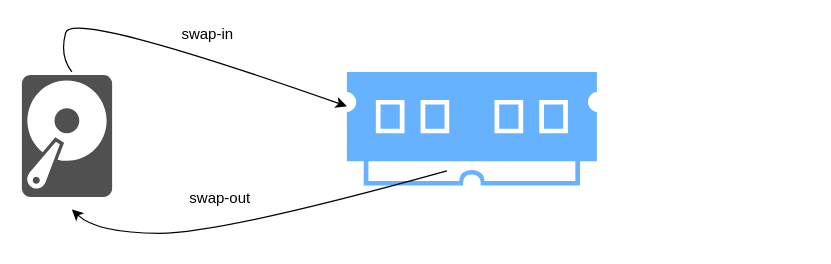
This is Swapping.drawio from huyle84/diagrams, a draw.io file, before an edit. Source tidied: cells renumbered, new cells numbered last; positions are measured from the earlier drawing's top-left corner, leaving out a move shared by most shapes. Both pictures are drawn from the tidied source at 125%, with x=0, y=0 at pixel (21, 9).
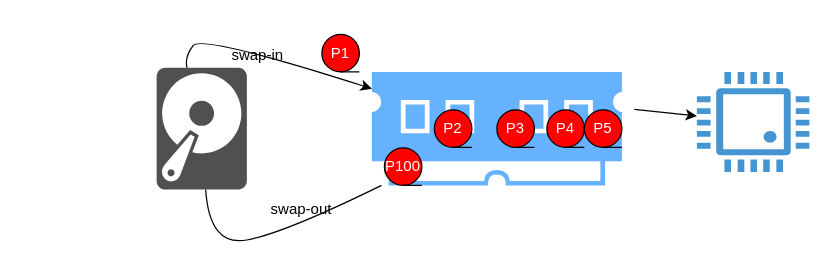
After the change.

Change to the diagram source:
```diff
@@
 <mxGraphModel>
   <root>
     <mxCell id="0" />
     <mxCell id="1" parent="0" />
     <mxCell id="2" style="sketch=0;shadow=0;dashed=0;html=1;strokeColor=none;fillColor=#66B2FF;labelPosition=center;verticalLabelPosition=bottom;verticalAlign=top;align=center;outlineConnect=0;shape=mxgraph.veeam2.ram;" parent="1" vertex="1">
-      <mxGeometry x="260" y="50" width="200" height="90.8" as="geometry" />
+      <mxGeometry x="280" y="50" width="200" height="90.8" as="geometry" />
     </mxCell>
     <mxCell id="3" style="sketch=0;shadow=0;dashed=0;html=1;strokeColor=none;fillColor=#505050;labelPosition=center;verticalLabelPosition=bottom;verticalAlign=top;outlineConnect=0;align=center;shape=mxgraph.office.devices.hard_disk;" parent="1" vertex="1">
-      <mxGeometry y="52.5" width="72.2" height="97.5" as="geometry" />
+      <mxGeometry x="107.8" y="46.6" width="72.2" height="97.5" as="geometry" />
     </mxCell>
-    <mxCell id="4" style="curved=1;endArrow=classic;html=1;rounded=0;" parent="1" edge="1">
+    <mxCell id="4" style="curved=1;endArrow=classic;html=1;rounded=0;" parent="1" edge="1" source="3" target="2">
       <mxGeometry relative="1" as="geometry">
-        <mxPoint x="40" y="50" as="sourcePoint" />
-        <mxPoint x="260" y="77.5" as="targetPoint" />
         <Array as="points">
-          <mxPoint x="30" y="37.5" />
-          <mxPoint x="40" />
+          <mxPoint x="130" y="38" />
+          <mxPoint x="144" y="20" />
         </Array>
       </mxGeometry>
     </mxCell>
-    <mxCell id="5" style="curved=1;endArrow=classic;html=1;rounded=0;" parent="1" edge="1">
-      <mxGeometry relative="1" as="geometry">
-        <mxPoint x="340" y="129.2" as="sourcePoint" />
-        <mxPoint x="40" y="160" as="targetPoint" />
-        <Array as="points">
-          <mxPoint x="160" y="179.2" />
-          <mxPoint x="60" y="179" />
-        </Array>
-      </mxGeometry>
-    </mxCell>
     <mxCell id="6" value="swap-in&amp;nbsp;" style="text;html=1;align=center;verticalAlign=middle;strokeColor=none;fillColor=none;" parent="1" vertex="1">
-      <mxGeometry x="120" y="10" width="60" height="20" as="geometry" />
+      <mxGeometry x="160" y="26.6" width="60" height="20" as="geometry" />
     </mxCell>
+    <mxCell id="8" value="&lt;font color=&quot;#ffffff&quot;&gt;P1&lt;/font&gt;" style="shape=tapeData;whiteSpace=wrap;html=1;perimeter=ellipsePerimeter;fillColor=#FF0000;" parent="1" vertex="1">
+      <mxGeometry x="240" y="20" width="30" height="30" as="geometry" />
+    </mxCell>
+    <mxCell id="9" value="&lt;font color=&quot;#ffffff&quot;&gt;P2&lt;/font&gt;" style="shape=tapeData;whiteSpace=wrap;html=1;perimeter=ellipsePerimeter;fillColor=#FF0000;" parent="1" vertex="1">
+      <mxGeometry x="330" y="80.4" width="30" height="30" as="geometry" />
+    </mxCell>
+    <mxCell id="10" value="&lt;font color=&quot;#ffffff&quot;&gt;P3&lt;/font&gt;" style="shape=tapeData;whiteSpace=wrap;html=1;perimeter=ellipsePerimeter;fillColor=#FF0000;" parent="1" vertex="1">
+      <mxGeometry x="380" y="80.4" width="30" height="30" as="geometry" />
+    </mxCell>
+    <mxCell id="11" value="&lt;font color=&quot;#ffffff&quot;&gt;&lt;span&gt;P4&lt;br&gt;&lt;/span&gt;&lt;/font&gt;" style="shape=tapeData;whiteSpace=wrap;html=1;perimeter=ellipsePerimeter;fillColor=#FF0000;" parent="1" vertex="1">
+      <mxGeometry x="420" y="80.4" width="30" height="30" as="geometry" />
+    </mxCell>
+    <mxCell id="12" style="shadow=0;dashed=0;html=1;strokeColor=none;fillColor=#4495D1;labelPosition=center;verticalLabelPosition=bottom;verticalAlign=top;align=center;outlineConnect=0;shape=mxgraph.veeam.cpu;fontColor=#FFFFFF;" parent="1" vertex="1">
+      <mxGeometry x="540" y="50" width="90" height="80" as="geometry" />
+    </mxCell>
+    <mxCell id="13" style="endArrow=classic;html=1;rounded=0;fontColor=#FFFFFF;" parent="1" edge="1" target="12">
+      <mxGeometry relative="1" as="geometry">
+        <mxPoint x="490" y="80" as="sourcePoint" />
+      </mxGeometry>
+    </mxCell>
+    <mxCell id="14" value="&lt;font color=&quot;#ffffff&quot;&gt;P100&lt;/font&gt;" style="shape=tapeData;whiteSpace=wrap;html=1;perimeter=ellipsePerimeter;fillColor=#FF0000;" parent="1" vertex="1">
+      <mxGeometry x="290" y="110.8" width="30" height="30" as="geometry" />
+    </mxCell>
+    <mxCell id="15" value="&lt;font color=&quot;#ffffff&quot;&gt;&lt;span&gt;P5&lt;br&gt;&lt;/span&gt;&lt;/font&gt;" style="shape=tapeData;whiteSpace=wrap;html=1;perimeter=ellipsePerimeter;fillColor=#FF0000;" parent="1" vertex="1">
+      <mxGeometry x="450" y="80.4" width="30" height="30" as="geometry" />
+    </mxCell>
     <mxCell id="7" value="swap-out&amp;nbsp;" style="text;html=1;align=center;verticalAlign=middle;strokeColor=none;fillColor=none;" parent="1" vertex="1">
-      <mxGeometry x="125" y="140.8" width="70" height="20" as="geometry" />
+      <mxGeometry x="190" y="150" width="70" height="20" as="geometry" />
     </mxCell>
+    <mxCell id="16" style="curved=1;endArrow=none;html=1;rounded=0;" parent="1" edge="1" source="2" target="3">
+      <mxGeometry relative="1" as="geometry">
+        <Array as="points">
+          <mxPoint x="210" y="179" />
+          <mxPoint x="150" y="190" />
+        </Array>
+      </mxGeometry>
+    </mxCell>
   </root>
 </mxGraphModel>
```
